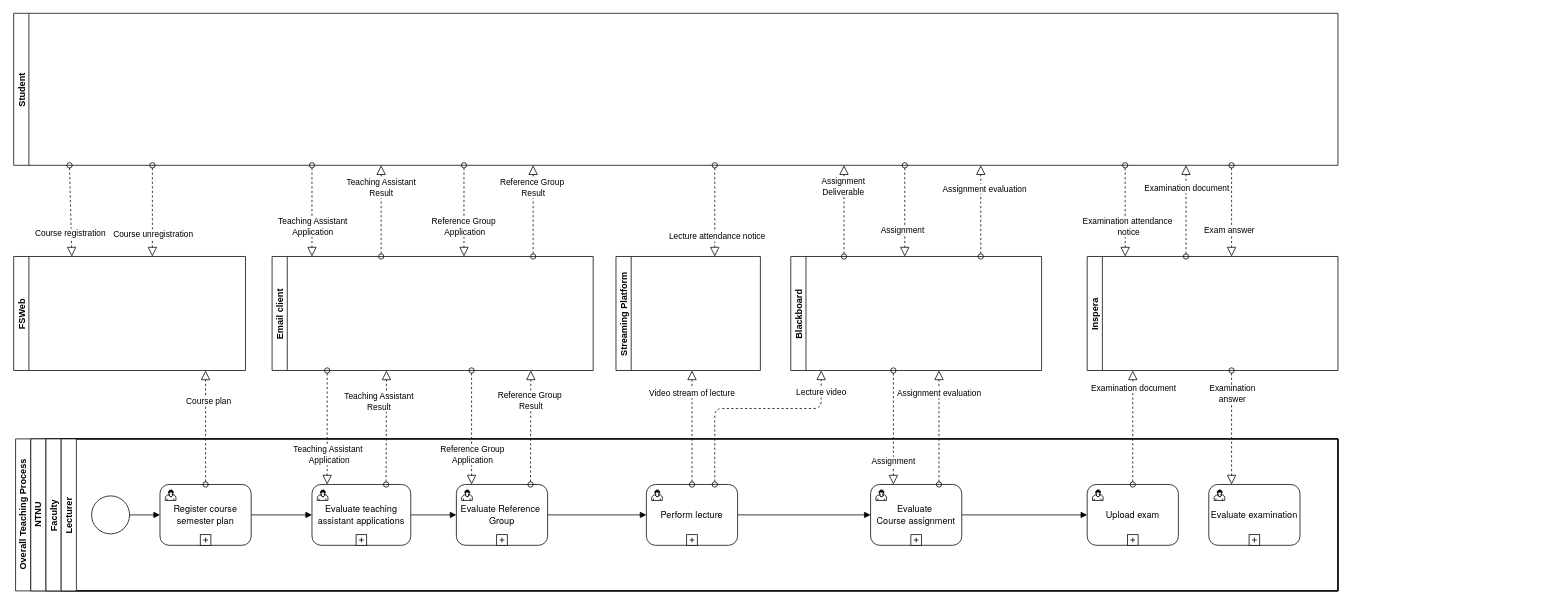
Before: overall_teaching_process.drawio in gullskatten/BPMN-models, a draw.io diagram. Source tidied: cells renumbered, new cells numbered last; positions are measured from the earlier drawing's top-left corner, leaving out a move shared by most shapes. Both pictures are drawn from the tidied source at 76%, with x=0, y=0 at pixel (14, 13).
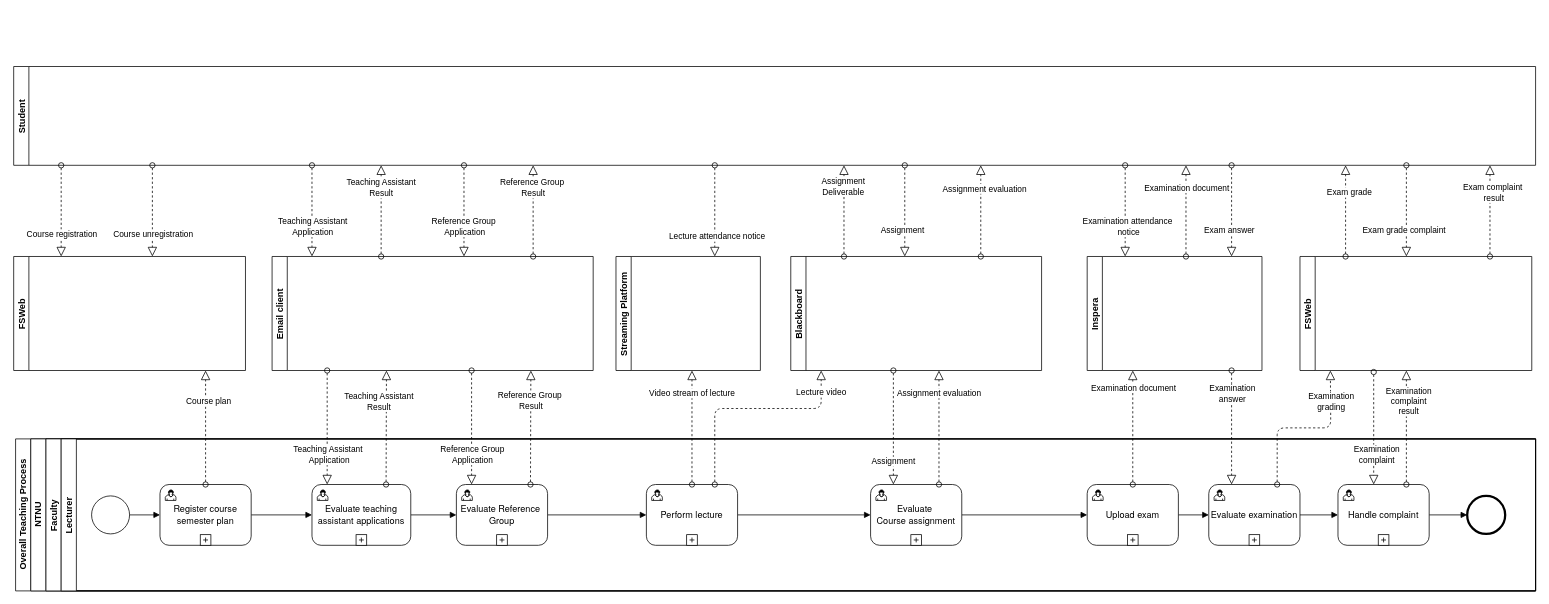
Above is the later version.

The change refers to these unchanged cells:
```xml
<mxCell id="7" value="&lt;span style=&quot;font-family: &amp;#34;helvetica neue&amp;#34;&quot;&gt;Evaluate examination&lt;br&gt;&lt;/span&gt;" style="html=1;whiteSpace=wrap;rounded=1;" parent="5" vertex="1">
  <mxGeometry x="1510" y="60" width="120" height="80" as="geometry" />
</mxCell>
<mxCell id="10" value="&lt;span style=&quot;font-family: &amp;#34;helvetica neue&amp;#34;&quot;&gt;Upload exam&lt;br&gt;&lt;/span&gt;" style="html=1;whiteSpace=wrap;rounded=1;" parent="5" vertex="1">
  <mxGeometry x="1350" y="60" width="120" height="80" as="geometry" />
</mxCell>
```

What changed in the source:
```diff
@@
     <mxCell id="2" value="Overall Teaching Process" style="swimlane;html=1;horizontal=0;startSize=20;" parent="1" vertex="1">
-      <mxGeometry x="2" y="560" width="1740" height="200" as="geometry" />
+      <mxGeometry x="2" y="560" width="2000" height="200" as="geometry" />
     </mxCell>
     <mxCell id="3" value="NTNU" style="swimlane;html=1;startSize=20;horizontal=0;" parent="2" vertex="1">
-      <mxGeometry x="20" width="1720" height="200" as="geometry" />
+      <mxGeometry x="20" width="1980" height="200" as="geometry" />
     </mxCell>
     <mxCell id="4" value="Faculty" style="swimlane;startSize=20;horizontal=0;" parent="3" vertex="1">
-      <mxGeometry x="20" width="1700" height="200" as="geometry" />
+      <mxGeometry x="20" width="1960" height="200" as="geometry" />
     </mxCell>
     <mxCell id="5" value="Lecturer" style="swimlane;startSize=20;horizontal=0;" parent="4" vertex="1">
-      <mxGeometry x="20" width="1680" height="200" as="geometry" />
+      <mxGeometry x="20" width="1940" height="200" as="geometry" />
     </mxCell>
@@
+    <mxCell id="80" style="edgeStyle=orthogonalEdgeStyle;rounded=0;jettySize=auto;html=1;entryX=0;entryY=0.5;entryDx=0;entryDy=0;endArrow=block;endFill=1;" parent="5" edge="1" source="83" target="82">
+      <mxGeometry relative="1" as="geometry" />
+    </mxCell>
@@
+    <mxCell id="81" style="edgeStyle=orthogonalEdgeStyle;rounded=0;jettySize=auto;html=1;entryX=0;entryY=0.5;entryDx=0;entryDy=0;endArrow=block;endFill=1;" parent="5" edge="1" source="10" target="7">
+      <mxGeometry relative="1" as="geometry" />
+    </mxCell>
@@
+    <mxCell id="82" style="shape=mxgraph.bpmn.shape;html=1;verticalLabelPosition=bottom;labelBackgroundColor=#ffffff;verticalAlign=top;align=center;perimeter=ellipsePerimeter;outlineConnect=0;outline=end;symbol=general;" parent="5" vertex="1">
+      <mxGeometry x="1850" y="75" width="50" height="50" as="geometry" />
+    </mxCell>
+    <mxCell id="83" value="&lt;span style=&quot;font-family: &amp;#34;helvetica neue&amp;#34;&quot;&gt;Handle complaint&lt;br&gt;&lt;/span&gt;" style="html=1;whiteSpace=wrap;rounded=1;" parent="5" vertex="1">
+      <mxGeometry x="1680" y="60" width="120" height="80" as="geometry" />
+    </mxCell>
+    <mxCell id="84" style="html=1;shape=mxgraph.bpmn.user_task;" parent="83" vertex="1">
+      <mxGeometry width="14" height="14" relative="1" as="geometry">
+        <mxPoint x="7" y="7" as="offset" />
+      </mxGeometry>
+    </mxCell>
+    <mxCell id="85" style="html=1;shape=plus;" parent="83" vertex="1">
+      <mxGeometry x="0.5" y="1" width="14" height="14" relative="1" as="geometry">
+        <mxPoint x="-7" y="-14" as="offset" />
+      </mxGeometry>
+    </mxCell>
+    <mxCell id="86" style="edgeStyle=orthogonalEdgeStyle;rounded=0;jettySize=auto;html=1;entryX=0;entryY=0.5;entryDx=0;entryDy=0;endArrow=block;endFill=1;" parent="5" edge="1" source="7" target="83">
+      <mxGeometry relative="1" as="geometry" />
+    </mxCell>
     <mxCell id="34" value="Student" style="swimlane;startSize=20;horizontal=0;" parent="1" vertex="1">
-      <mxGeometry x="-0.5" width="1742.5" height="200" as="geometry" />
+      <mxGeometry x="-0.5" y="70" width="2002.5" height="130" as="geometry" />
     </mxCell>
@@
-    <mxCell id="38" style="startArrow=oval;startFill=0;startSize=7;endArrow=block;endFill=0;endSize=10;dashed=1;html=1;" parent="1" edge="1">
-      <mxGeometry relative="1" as="geometry">
-        <mxPoint x="73" y="200" as="sourcePoint" />
-        <mxPoint x="76" y="320" as="targetPoint" />
-      </mxGeometry>
-    </mxCell>
-    <mxCell id="39" value="Course registration" style="edgeLabel;html=1;align=center;verticalAlign=middle;" parent="38" vertex="1">
-      <mxGeometry x="-0.55" relative="1" as="geometry">
-        <mxPoint y="63" as="offset" />
-      </mxGeometry>
-    </mxCell>
@@
     <mxCell id="69" value="Inspera" style="swimlane;startSize=20;horizontal=0;" parent="1" vertex="1">
-      <mxGeometry x="1412" y="320" width="330" height="150" as="geometry" />
+      <mxGeometry x="1412" y="320" width="230" height="150" as="geometry" />
     </mxCell>
@@
+    <mxCell id="87" value="FSWeb" style="swimlane;startSize=20;horizontal=0;" parent="1" vertex="1">
+      <mxGeometry x="1692" y="320" width="305" height="150" as="geometry" />
+    </mxCell>
+    <mxCell id="88" style="startArrow=oval;startFill=0;startSize=7;endArrow=block;endFill=0;endSize=10;dashed=1;html=1;edgeStyle=orthogonalEdgeStyle;entryX=0.392;entryY=-0.025;entryDx=0;entryDy=0;entryPerimeter=0;" parent="87" edge="1">
+      <mxGeometry relative="1" as="geometry">
+        <mxPoint x="97" y="152" as="sourcePoint" />
+        <mxPoint x="97" y="300" as="targetPoint" />
+      </mxGeometry>
+    </mxCell>
+    <mxCell id="89" value="Examination&lt;br&gt;complaint" style="edgeLabel;html=1;align=center;verticalAlign=middle;" parent="88" vertex="1">
+      <mxGeometry x="-0.75" relative="1" as="geometry">
+        <mxPoint x="3" y="89" as="offset" />
+      </mxGeometry>
+    </mxCell>
+    <mxCell id="90" style="startArrow=oval;startFill=0;startSize=7;endArrow=block;endFill=0;endSize=10;dashed=1;html=1;exitX=0.75;exitY=0;exitDx=0;exitDy=0;edgeStyle=orthogonalEdgeStyle;" parent="1" edge="1" source="7">
+      <mxGeometry relative="1" as="geometry">
+        <mxPoint x="1732" y="470" as="targetPoint" />
+      </mxGeometry>
+    </mxCell>
+    <mxCell id="91" value="Examination&lt;br&gt;grading" style="edgeLabel;html=1;align=center;verticalAlign=middle;" parent="90" vertex="1">
+      <mxGeometry x="-0.75" relative="1" as="geometry">
+        <mxPoint x="70" y="-82" as="offset" />
+      </mxGeometry>
+    </mxCell>
+    <mxCell id="92" style="startArrow=oval;startFill=0;startSize=7;endArrow=block;endFill=0;endSize=10;dashed=1;html=1;" parent="1" edge="1">
+      <mxGeometry relative="1" as="geometry">
+        <mxPoint x="1752" y="320" as="sourcePoint" />
+        <mxPoint x="1752" y="200" as="targetPoint" />
+      </mxGeometry>
+    </mxCell>
+    <mxCell id="93" value="Exam grade" style="edgeLabel;html=1;align=center;verticalAlign=middle;" parent="92" vertex="1">
+      <mxGeometry x="0.42" y="-4" relative="1" as="geometry" />
+    </mxCell>
+    <mxCell id="94" style="startArrow=oval;startFill=0;startSize=7;endArrow=block;endFill=0;endSize=10;dashed=1;html=1;" parent="1" edge="1">
+      <mxGeometry relative="1" as="geometry">
+        <mxPoint x="1832" y="200" as="sourcePoint" />
+        <mxPoint x="1832" y="320" as="targetPoint" />
+      </mxGeometry>
+    </mxCell>
+    <mxCell id="95" value="Exam grade complaint" style="edgeLabel;html=1;align=center;verticalAlign=middle;" parent="94" vertex="1">
+      <mxGeometry x="0.42" y="-4" relative="1" as="geometry" />
+    </mxCell>
+    <mxCell id="96" style="startArrow=oval;startFill=0;startSize=7;endArrow=block;endFill=0;endSize=10;dashed=1;html=1;" parent="1" edge="1">
+      <mxGeometry relative="1" as="geometry">
+        <mxPoint x="1942" y="320" as="sourcePoint" />
+        <mxPoint x="1942" y="200" as="targetPoint" />
+      </mxGeometry>
+    </mxCell>
+    <mxCell id="97" value="Exam complaint&amp;nbsp;&lt;br&gt;result" style="edgeLabel;html=1;align=center;verticalAlign=middle;" parent="96" vertex="1">
+      <mxGeometry x="0.42" y="-4" relative="1" as="geometry" />
+    </mxCell>
+    <mxCell id="98" style="startArrow=oval;startFill=0;startSize=7;endArrow=block;endFill=0;endSize=10;dashed=1;html=1;exitX=0.75;exitY=0;exitDx=0;exitDy=0;" parent="1" edge="1" source="83">
+      <mxGeometry relative="1" as="geometry">
+        <mxPoint x="1832" y="470" as="targetPoint" />
+      </mxGeometry>
+    </mxCell>
+    <mxCell id="99" value="Examination&lt;br&gt;complaint&lt;br&gt;result" style="edgeLabel;html=1;align=center;verticalAlign=middle;" parent="98" vertex="1">
+      <mxGeometry x="0.72" y="-2" relative="1" as="geometry">
+        <mxPoint y="19" as="offset" />
+      </mxGeometry>
+    </mxCell>
+    <mxCell id="38" style="startArrow=oval;startFill=0;startSize=7;endArrow=block;endFill=0;endSize=10;dashed=1;html=1;" parent="1" edge="1">
+      <mxGeometry relative="1" as="geometry">
+        <mxPoint x="62" y="200" as="sourcePoint" />
+        <mxPoint x="62" y="320" as="targetPoint" />
+      </mxGeometry>
+    </mxCell>
+    <mxCell id="39" value="Course registration" style="edgeLabel;html=1;align=center;verticalAlign=middle;" parent="38" vertex="1">
+      <mxGeometry x="-0.55" relative="1" as="geometry">
+        <mxPoint y="63" as="offset" />
+      </mxGeometry>
+    </mxCell>
```
